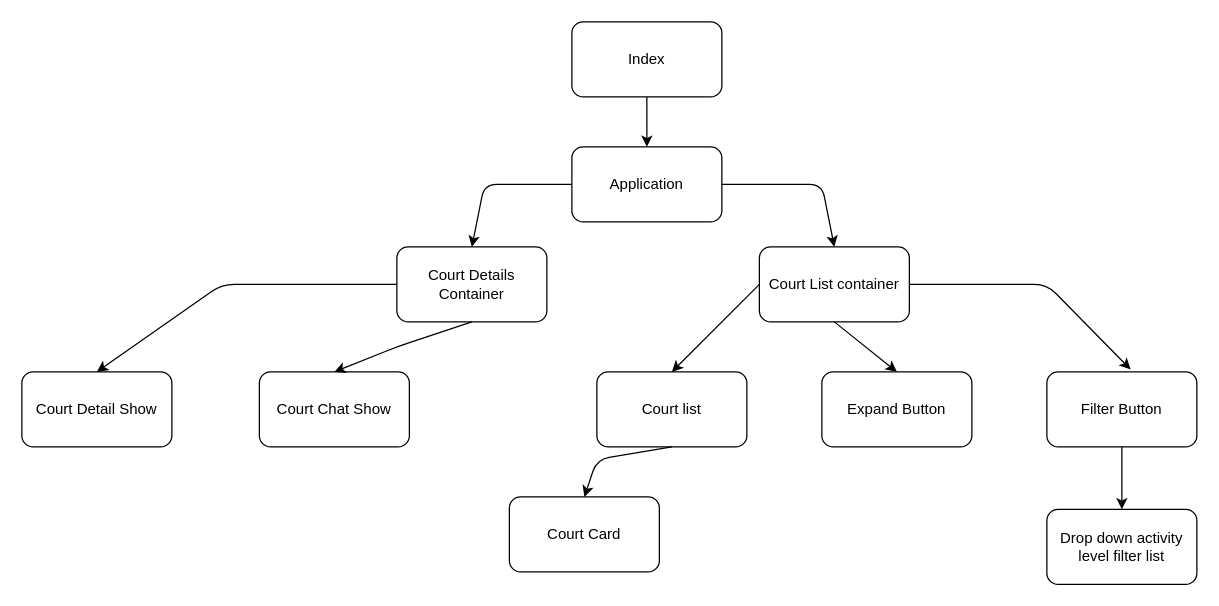
This is React Component Tree.drawio from J-A-H/Next-Run, a draw.io file, before an edit. Source tidied: cells renumbered, new cells numbered last; positions are measured from the earlier drawing's top-left corner, leaving out a move shared by most shapes. Both pictures are drawn from the tidied source at 125%, with x=0, y=0 at pixel (21, 21).
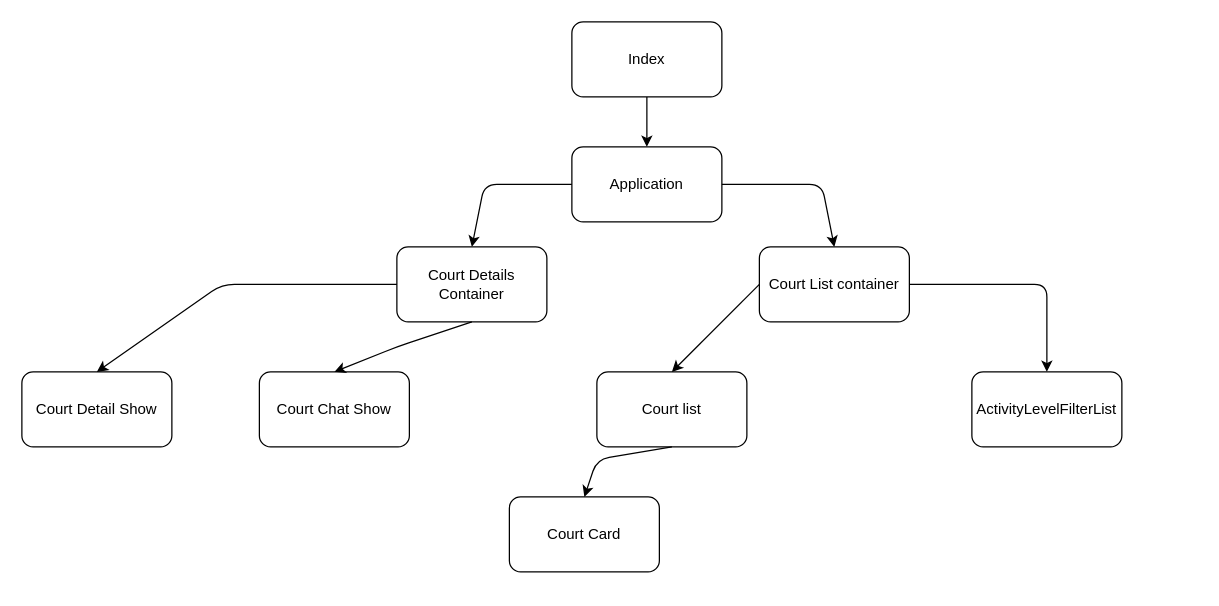
Above is the later version.

Commit message:
Update React Component Tree.drawio: removed button and changed name of dropdown

The change refers to these unchanged cells:
```xml
<mxCell id="5" value="Court List container" style="rounded=1;whiteSpace=wrap;html=1;" parent="1" vertex="1">
  <mxGeometry x="590" y="180" width="120" height="60" as="geometry" />
</mxCell>
```

Diff of the diagram source:
```diff
@@
-    <mxCell id="9" value="Expand Button" style="rounded=1;whiteSpace=wrap;html=1;" parent="1" vertex="1">
-      <mxGeometry x="640" y="280" width="120" height="60" as="geometry" />
-    </mxCell>
-    <mxCell id="10" value="Filter Button" style="rounded=1;whiteSpace=wrap;html=1;" parent="1" vertex="1">
-      <mxGeometry x="820" y="280" width="120" height="60" as="geometry" />
-    </mxCell>
@@
-    <mxCell id="12" value="Drop down activity level filter list" style="rounded=1;whiteSpace=wrap;html=1;" parent="1" vertex="1">
-      <mxGeometry x="820" y="390" width="120" height="60" as="geometry" />
+    <mxCell id="12" value="ActivityLevelFilterList" style="rounded=1;whiteSpace=wrap;html=1;" parent="1" vertex="1">
+      <mxGeometry x="760" y="280" width="120" height="60" as="geometry" />
     </mxCell>
@@
-    <mxCell id="17" style="endArrow=classic;html=1;exitX=1;exitY=0.5;exitDx=0;exitDy=0;entryX=0.558;entryY=-0.033;entryDx=0;entryDy=0;entryPerimeter=0;" parent="1" edge="1" source="5" target="10">
+    <mxCell id="17" style="endArrow=classic;html=1;exitX=1;exitY=0.5;exitDx=0;exitDy=0;entryX=0.5;entryY=0;entryDx=0;entryDy=0;" parent="1" edge="1" source="5" target="12">
       <mxGeometry relative="1" as="geometry">
         <Array as="points">
           <mxPoint x="820" y="210" />
         </Array>
       </mxGeometry>
     </mxCell>
@@
-    <mxCell id="20" style="endArrow=classic;html=1;exitX=0.5;exitY=1;exitDx=0;exitDy=0;entryX=0.5;entryY=0;entryDx=0;entryDy=0;" parent="1" edge="1" source="5" target="9">
-      <mxGeometry relative="1" as="geometry" />
-    </mxCell>
@@
-    <mxCell id="22" style="endArrow=classic;html=1;exitX=0.5;exitY=1;exitDx=0;exitDy=0;entryX=0.5;entryY=0;entryDx=0;entryDy=0;" parent="1" edge="1" source="10" target="12">
-      <mxGeometry relative="1" as="geometry" />
-    </mxCell>
```
